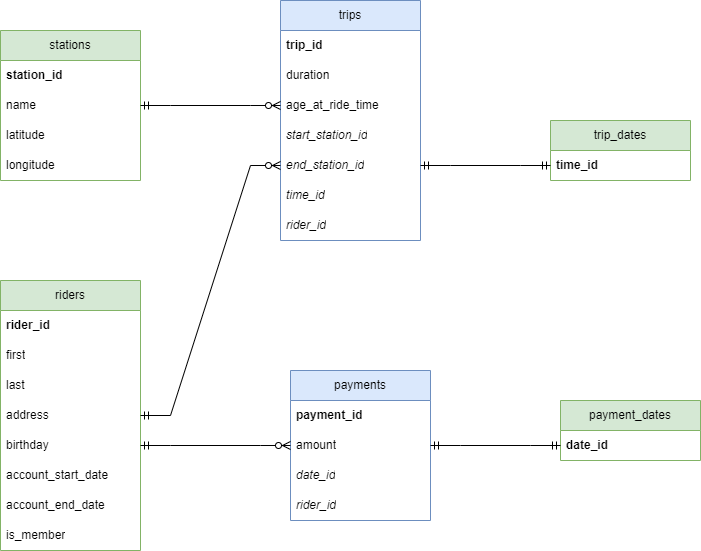
Before: 02CloudDataWarehouse/project-solution/images/erd_divvy.png, a diagram exported from draw.io (SzilvasiPeter/UdacityDataEngineeringNanodegree). Source tidied: cells renumbered, new cells last; positions are measured from the earlier drawing's top-left corner, leaving out a move shared by most shapes. Its diagram source:
```xml
<mxGraphModel>
  <root>
    <mxCell id="0" />
    <mxCell id="1" parent="0" />
    <mxCell id="2" value="riders" style="swimlane;fontStyle=0;horizontal=1;startSize=30;whiteSpace=wrap;html=1;fillColor=#d5e8d4;strokeColor=#82b366;" parent="1" vertex="1">
      <mxGeometry y="280" width="140" height="270" as="geometry" />
    </mxCell>
    <mxCell id="3" value="&lt;b&gt;rider_id&lt;/b&gt;" style="text;strokeColor=none;fillColor=none;align=left;verticalAlign=middle;spacingLeft=4;spacingRight=4;overflow=hidden;whiteSpace=wrap;html=1;" parent="2" vertex="1">
      <mxGeometry y="30" width="140" height="30" as="geometry" />
    </mxCell>
    <mxCell id="4" value="first" style="text;strokeColor=none;fillColor=none;align=left;verticalAlign=middle;spacingLeft=4;spacingRight=4;overflow=hidden;whiteSpace=wrap;html=1;" parent="2" vertex="1">
      <mxGeometry y="60" width="140" height="30" as="geometry" />
    </mxCell>
    <mxCell id="5" value="last" style="text;strokeColor=none;fillColor=none;align=left;verticalAlign=middle;spacingLeft=4;spacingRight=4;overflow=hidden;whiteSpace=wrap;html=1;" parent="2" vertex="1">
      <mxGeometry y="90" width="140" height="30" as="geometry" />
    </mxCell>
    <mxCell id="6" value="address" style="text;strokeColor=none;fillColor=none;align=left;verticalAlign=middle;spacingLeft=4;spacingRight=4;overflow=hidden;points=[[0,0.5],[1,0.5]];portConstraint=eastwest;whiteSpace=wrap;html=1;" parent="2" vertex="1">
      <mxGeometry y="120" width="140" height="30" as="geometry" />
    </mxCell>
    <mxCell id="7" value="birthday" style="text;strokeColor=none;fillColor=none;align=left;verticalAlign=middle;spacingLeft=4;spacingRight=4;overflow=hidden;points=[[0,0.5],[1,0.5]];portConstraint=eastwest;whiteSpace=wrap;html=1;" parent="2" vertex="1">
      <mxGeometry y="150" width="140" height="30" as="geometry" />
    </mxCell>
    <mxCell id="8" value="account_start_date" style="text;strokeColor=none;fillColor=none;align=left;verticalAlign=middle;spacingLeft=4;spacingRight=4;overflow=hidden;whiteSpace=wrap;html=1;" parent="2" vertex="1">
      <mxGeometry y="180" width="140" height="30" as="geometry" />
    </mxCell>
    <mxCell id="9" value="account_end_date" style="text;strokeColor=none;fillColor=none;align=left;verticalAlign=middle;spacingLeft=4;spacingRight=4;overflow=hidden;whiteSpace=wrap;html=1;" parent="2" vertex="1">
      <mxGeometry y="210" width="140" height="30" as="geometry" />
    </mxCell>
    <mxCell id="10" value="is_member" style="text;strokeColor=none;fillColor=none;align=left;verticalAlign=middle;spacingLeft=4;spacingRight=4;overflow=hidden;whiteSpace=wrap;html=1;" parent="2" vertex="1">
      <mxGeometry y="240" width="140" height="30" as="geometry" />
    </mxCell>
    <mxCell id="11" value="trips" style="swimlane;fontStyle=0;horizontal=1;startSize=30;whiteSpace=wrap;html=1;fillColor=#dae8fc;strokeColor=#6c8ebf;" parent="1" vertex="1">
      <mxGeometry x="280" width="140" height="240" as="geometry" />
    </mxCell>
    <mxCell id="12" value="&lt;b&gt;trip_id&lt;/b&gt;" style="text;strokeColor=none;fillColor=none;align=left;verticalAlign=middle;spacingLeft=4;spacingRight=4;overflow=hidden;whiteSpace=wrap;html=1;" parent="11" vertex="1">
      <mxGeometry y="30" width="140" height="30" as="geometry" />
    </mxCell>
    <mxCell id="13" value="duration" style="text;strokeColor=none;fillColor=none;align=left;verticalAlign=middle;spacingLeft=4;spacingRight=4;overflow=hidden;whiteSpace=wrap;html=1;" parent="11" vertex="1">
      <mxGeometry y="60" width="140" height="30" as="geometry" />
    </mxCell>
    <mxCell id="14" value="age_at_ride_time" style="text;strokeColor=none;fillColor=none;align=left;verticalAlign=middle;spacingLeft=4;spacingRight=4;overflow=hidden;points=[[0,0.5],[1,0.5]];portConstraint=eastwest;whiteSpace=wrap;html=1;" parent="11" vertex="1">
      <mxGeometry y="90" width="140" height="30" as="geometry" />
    </mxCell>
    <mxCell id="15" value="&lt;i&gt;start_station_id&lt;/i&gt;" style="text;strokeColor=none;fillColor=none;align=left;verticalAlign=middle;spacingLeft=4;spacingRight=4;overflow=hidden;points=[[0,0.5],[1,0.5]];portConstraint=eastwest;whiteSpace=wrap;html=1;" parent="11" vertex="1">
      <mxGeometry y="120" width="140" height="30" as="geometry" />
    </mxCell>
    <mxCell id="16" value="&lt;i&gt;end_station_id&lt;/i&gt;" style="text;strokeColor=none;fillColor=none;align=left;verticalAlign=middle;spacingLeft=4;spacingRight=4;overflow=hidden;whiteSpace=wrap;html=1;" parent="11" vertex="1">
      <mxGeometry y="150" width="140" height="30" as="geometry" />
    </mxCell>
    <mxCell id="17" value="&lt;i&gt;time_id&lt;br&gt;&lt;/i&gt;" style="text;strokeColor=none;fillColor=none;align=left;verticalAlign=middle;spacingLeft=4;spacingRight=4;overflow=hidden;whiteSpace=wrap;html=1;" parent="11" vertex="1">
      <mxGeometry y="180" width="140" height="30" as="geometry" />
    </mxCell>
    <mxCell id="18" value="&lt;i&gt;rider_id&lt;br&gt;&lt;/i&gt;" style="text;strokeColor=none;fillColor=none;align=left;verticalAlign=middle;spacingLeft=4;spacingRight=4;overflow=hidden;whiteSpace=wrap;html=1;" parent="11" vertex="1">
      <mxGeometry y="210" width="140" height="30" as="geometry" />
    </mxCell>
    <mxCell id="19" value="trip_dates" style="swimlane;fontStyle=0;horizontal=1;startSize=30;whiteSpace=wrap;html=1;fillColor=#d5e8d4;strokeColor=#82b366;" parent="1" vertex="1">
      <mxGeometry x="550" y="120" width="140" height="60" as="geometry" />
    </mxCell>
    <mxCell id="20" value="&lt;b&gt;time_id&lt;/b&gt;" style="text;strokeColor=none;fillColor=none;align=left;verticalAlign=middle;spacingLeft=4;spacingRight=4;overflow=hidden;points=[[0,0.5],[1,0.5]];portConstraint=eastwest;whiteSpace=wrap;html=1;" parent="19" vertex="1">
      <mxGeometry y="30" width="140" height="30" as="geometry" />
    </mxCell>
    <mxCell id="21" value="stations" style="swimlane;fontStyle=0;horizontal=1;startSize=30;whiteSpace=wrap;html=1;fillColor=#d5e8d4;strokeColor=#82b366;" parent="1" vertex="1">
      <mxGeometry y="30" width="140" height="150" as="geometry" />
    </mxCell>
    <mxCell id="22" value="&lt;b&gt;station_id&lt;/b&gt;" style="text;strokeColor=none;fillColor=none;align=left;verticalAlign=middle;spacingLeft=4;spacingRight=4;overflow=hidden;whiteSpace=wrap;html=1;" parent="21" vertex="1">
      <mxGeometry y="30" width="140" height="30" as="geometry" />
    </mxCell>
    <mxCell id="23" value="name" style="text;strokeColor=none;fillColor=none;align=left;verticalAlign=middle;spacingLeft=4;spacingRight=4;overflow=hidden;points=[[0,0.5],[1,0.5]];portConstraint=eastwest;whiteSpace=wrap;html=1;" parent="21" vertex="1">
      <mxGeometry y="60" width="140" height="30" as="geometry" />
    </mxCell>
    <mxCell id="24" value="latitude" style="text;strokeColor=none;fillColor=none;align=left;verticalAlign=middle;spacingLeft=4;spacingRight=4;overflow=hidden;whiteSpace=wrap;html=1;" parent="21" vertex="1">
      <mxGeometry y="90" width="140" height="30" as="geometry" />
    </mxCell>
    <mxCell id="25" value="longitude" style="text;strokeColor=none;fillColor=none;align=left;verticalAlign=middle;spacingLeft=4;spacingRight=4;overflow=hidden;whiteSpace=wrap;html=1;" parent="21" vertex="1">
      <mxGeometry y="120" width="140" height="30" as="geometry" />
    </mxCell>
    <mxCell id="26" value="payments" style="swimlane;fontStyle=0;horizontal=1;startSize=30;whiteSpace=wrap;html=1;fillColor=#dae8fc;strokeColor=#6c8ebf;" parent="1" vertex="1">
      <mxGeometry x="290" y="370" width="140" height="150" as="geometry" />
    </mxCell>
    <mxCell id="27" value="&lt;b&gt;payment_id&lt;/b&gt;" style="text;strokeColor=none;fillColor=none;align=left;verticalAlign=middle;spacingLeft=4;spacingRight=4;overflow=hidden;whiteSpace=wrap;html=1;" parent="26" vertex="1">
      <mxGeometry y="30" width="140" height="30" as="geometry" />
    </mxCell>
    <mxCell id="28" value="amount" style="text;strokeColor=none;fillColor=none;align=left;verticalAlign=middle;spacingLeft=4;spacingRight=4;overflow=hidden;points=[[0,0.5],[1,0.5]];portConstraint=eastwest;whiteSpace=wrap;html=1;" parent="26" vertex="1">
      <mxGeometry y="60" width="140" height="30" as="geometry" />
    </mxCell>
    <mxCell id="29" value="&lt;i&gt;date_id&lt;/i&gt;" style="text;strokeColor=none;fillColor=none;align=left;verticalAlign=middle;spacingLeft=4;spacingRight=4;overflow=hidden;whiteSpace=wrap;html=1;" parent="26" vertex="1">
      <mxGeometry y="90" width="140" height="30" as="geometry" />
    </mxCell>
    <mxCell id="30" value="&lt;i&gt;rider_id&lt;/i&gt;" style="text;strokeColor=none;fillColor=none;align=left;verticalAlign=middle;spacingLeft=4;spacingRight=4;overflow=hidden;whiteSpace=wrap;html=1;" parent="26" vertex="1">
      <mxGeometry y="120" width="140" height="30" as="geometry" />
    </mxCell>
    <mxCell id="31" value="payment_dates" style="swimlane;fontStyle=0;horizontal=1;startSize=30;whiteSpace=wrap;html=1;fillColor=#d5e8d4;strokeColor=#82b366;" parent="1" vertex="1">
      <mxGeometry x="560" y="400" width="140" height="60" as="geometry" />
    </mxCell>
    <mxCell id="32" value="&lt;b&gt;date_id&lt;/b&gt;" style="text;strokeColor=none;fillColor=none;align=left;verticalAlign=middle;spacingLeft=4;spacingRight=4;overflow=hidden;points=[[0,0.5],[1,0.5]];portConstraint=eastwest;whiteSpace=wrap;html=1;" parent="31" vertex="1">
      <mxGeometry y="30" width="140" height="30" as="geometry" />
    </mxCell>
    <mxCell id="33" style="edgeStyle=entityRelationEdgeStyle;fontSize=12;html=1;endArrow=ERzeroToMany;startArrow=ERmandOne;rounded=0;exitX=1;exitY=0.5;exitDx=0;exitDy=0;entryX=0;entryY=0.5;entryDx=0;entryDy=0;" parent="1" edge="1" source="23" target="14">
      <mxGeometry relative="1" as="geometry" />
    </mxCell>
    <mxCell id="34" style="edgeStyle=entityRelationEdgeStyle;fontSize=12;html=1;endArrow=ERzeroToMany;startArrow=ERmandOne;rounded=0;exitX=1;exitY=0.5;exitDx=0;exitDy=0;entryX=0;entryY=0.5;entryDx=0;entryDy=0;" parent="1" edge="1" source="6">
      <mxGeometry relative="1" as="geometry">
        <mxPoint x="280" y="165" as="targetPoint" />
      </mxGeometry>
    </mxCell>
    <mxCell id="35" style="edgeStyle=entityRelationEdgeStyle;fontSize=12;html=1;endArrow=ERzeroToMany;startArrow=ERmandOne;rounded=0;exitX=1;exitY=0.5;exitDx=0;exitDy=0;entryX=0;entryY=0.5;entryDx=0;entryDy=0;" parent="1" edge="1" source="7" target="28">
      <mxGeometry relative="1" as="geometry" />
    </mxCell>
    <mxCell id="36" style="edgeStyle=entityRelationEdgeStyle;fontSize=12;html=1;endArrow=ERmandOne;startArrow=ERmandOne;rounded=0;exitX=1;exitY=0.5;exitDx=0;exitDy=0;entryX=0;entryY=0.5;entryDx=0;entryDy=0;" parent="1" edge="1" target="20">
      <mxGeometry relative="1" as="geometry">
        <mxPoint x="420" y="165" as="sourcePoint" />
      </mxGeometry>
    </mxCell>
    <mxCell id="37" style="edgeStyle=entityRelationEdgeStyle;fontSize=12;html=1;endArrow=ERmandOne;startArrow=ERmandOne;rounded=0;exitX=1;exitY=0.5;exitDx=0;exitDy=0;entryX=0;entryY=0.5;entryDx=0;entryDy=0;" parent="1" edge="1" source="28" target="32">
      <mxGeometry relative="1" as="geometry" />
    </mxCell>
  </root>
</mxGraphModel>
```
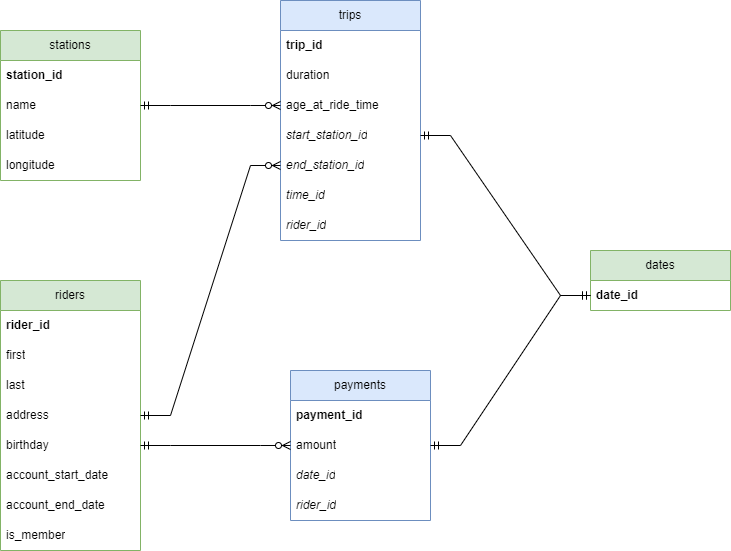
After the change.

The edit, as a diff of the source:
```diff
@@ -53,12 +53,6 @@
     <mxCell id="18" value="&lt;i&gt;rider_id&lt;br&gt;&lt;/i&gt;" style="text;strokeColor=none;fillColor=none;align=left;verticalAlign=middle;spacingLeft=4;spacingRight=4;overflow=hidden;whiteSpace=wrap;html=1;" parent="11" vertex="1">
       <mxGeometry y="210" width="140" height="30" as="geometry" />
     </mxCell>
-    <mxCell id="19" value="trip_dates" style="swimlane;fontStyle=0;horizontal=1;startSize=30;whiteSpace=wrap;html=1;fillColor=#d5e8d4;strokeColor=#82b366;" parent="1" vertex="1">
-      <mxGeometry x="550" y="120" width="140" height="60" as="geometry" />
-    </mxCell>
-    <mxCell id="20" value="&lt;b&gt;time_id&lt;/b&gt;" style="text;strokeColor=none;fillColor=none;align=left;verticalAlign=middle;spacingLeft=4;spacingRight=4;overflow=hidden;points=[[0,0.5],[1,0.5]];portConstraint=eastwest;whiteSpace=wrap;html=1;" parent="19" vertex="1">
-      <mxGeometry y="30" width="140" height="30" as="geometry" />
-    </mxCell>
     <mxCell id="21" value="stations" style="swimlane;fontStyle=0;horizontal=1;startSize=30;whiteSpace=wrap;html=1;fillColor=#d5e8d4;strokeColor=#82b366;" parent="1" vertex="1">
       <mxGeometry y="30" width="140" height="150" as="geometry" />
     </mxCell>
@@ -89,8 +83,8 @@
     <mxCell id="30" value="&lt;i&gt;rider_id&lt;/i&gt;" style="text;strokeColor=none;fillColor=none;align=left;verticalAlign=middle;spacingLeft=4;spacingRight=4;overflow=hidden;whiteSpace=wrap;html=1;" parent="26" vertex="1">
       <mxGeometry y="120" width="140" height="30" as="geometry" />
     </mxCell>
-    <mxCell id="31" value="payment_dates" style="swimlane;fontStyle=0;horizontal=1;startSize=30;whiteSpace=wrap;html=1;fillColor=#d5e8d4;strokeColor=#82b366;" parent="1" vertex="1">
-      <mxGeometry x="560" y="400" width="140" height="60" as="geometry" />
+    <mxCell id="31" value="dates" style="swimlane;fontStyle=0;horizontal=1;startSize=30;whiteSpace=wrap;html=1;fillColor=#d5e8d4;strokeColor=#82b366;" parent="1" vertex="1">
+      <mxGeometry x="590" y="250" width="140" height="60" as="geometry" />
     </mxCell>
     <mxCell id="32" value="&lt;b&gt;date_id&lt;/b&gt;" style="text;strokeColor=none;fillColor=none;align=left;verticalAlign=middle;spacingLeft=4;spacingRight=4;overflow=hidden;points=[[0,0.5],[1,0.5]];portConstraint=eastwest;whiteSpace=wrap;html=1;" parent="31" vertex="1">
       <mxGeometry y="30" width="140" height="30" as="geometry" />
@@ -106,10 +100,8 @@
     <mxCell id="35" style="edgeStyle=entityRelationEdgeStyle;fontSize=12;html=1;endArrow=ERzeroToMany;startArrow=ERmandOne;rounded=0;exitX=1;exitY=0.5;exitDx=0;exitDy=0;entryX=0;entryY=0.5;entryDx=0;entryDy=0;" parent="1" edge="1" source="7" target="28">
       <mxGeometry relative="1" as="geometry" />
     </mxCell>
-    <mxCell id="36" style="edgeStyle=entityRelationEdgeStyle;fontSize=12;html=1;endArrow=ERmandOne;startArrow=ERmandOne;rounded=0;exitX=1;exitY=0.5;exitDx=0;exitDy=0;entryX=0;entryY=0.5;entryDx=0;entryDy=0;" parent="1" edge="1" target="20">
-      <mxGeometry relative="1" as="geometry">
-        <mxPoint x="420" y="165" as="sourcePoint" />
-      </mxGeometry>
+    <mxCell id="36" style="edgeStyle=entityRelationEdgeStyle;fontSize=12;html=1;endArrow=ERmandOne;startArrow=ERmandOne;rounded=0;exitX=1;exitY=0.5;exitDx=0;exitDy=0;entryX=0;entryY=0.5;entryDx=0;entryDy=0;" parent="1" edge="1" source="15" target="32">
+      <mxGeometry relative="1" as="geometry" />
     </mxCell>
     <mxCell id="37" style="edgeStyle=entityRelationEdgeStyle;fontSize=12;html=1;endArrow=ERmandOne;startArrow=ERmandOne;rounded=0;exitX=1;exitY=0.5;exitDx=0;exitDy=0;entryX=0;entryY=0.5;entryDx=0;entryDy=0;" parent="1" edge="1" source="28" target="32">
       <mxGeometry relative="1" as="geometry" />
```
